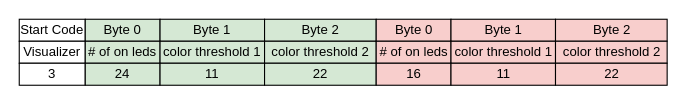
jfcbooth/block_diagrams keeps this draw.io diagram as visualizer.drawio. Above is the earlier version. Source tidied: cells renumbered, new cells numbered last; positions are measured from the earlier drawing's top-left corner, leaving out a move shared by most shapes. Both pictures are drawn from the tidied source at 110%, with x=0, y=0 at pixel (19, 19).
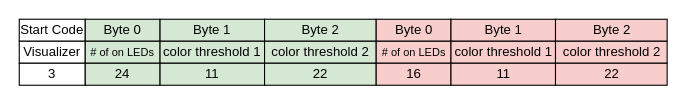
After the change.

Diff of the diagram source:
```diff
@@
-    <mxCell id="7" value="# of on leds" style="rounded=0;whiteSpace=wrap;html=1;fillColor=#d5e8d4;strokeColor=#000000;" parent="1" vertex="1">
+    <mxCell id="7" value="&lt;font style=&quot;font-size: 10px;&quot;&gt;# of on LEDs&lt;/font&gt;" style="rounded=0;whiteSpace=wrap;html=1;fillColor=#d5e8d4;strokeColor=#000000;" parent="1" vertex="1">
       <mxGeometry x="60" y="20" width="68" height="20" as="geometry" />
     </mxCell>
@@
-    <mxCell id="17" value="# of on leds" style="rounded=0;whiteSpace=wrap;html=1;fillColor=#f8cecc;strokeColor=#000000;" parent="1" vertex="1">
+    <mxCell id="17" value="&lt;font style=&quot;font-size: 10px;&quot;&gt;# of on LEDs&lt;/font&gt;" style="rounded=0;whiteSpace=wrap;html=1;fillColor=#f8cecc;strokeColor=#000000;" parent="1" vertex="1">
       <mxGeometry x="324.5" y="20" width="68" height="20" as="geometry" />
     </mxCell>
```
